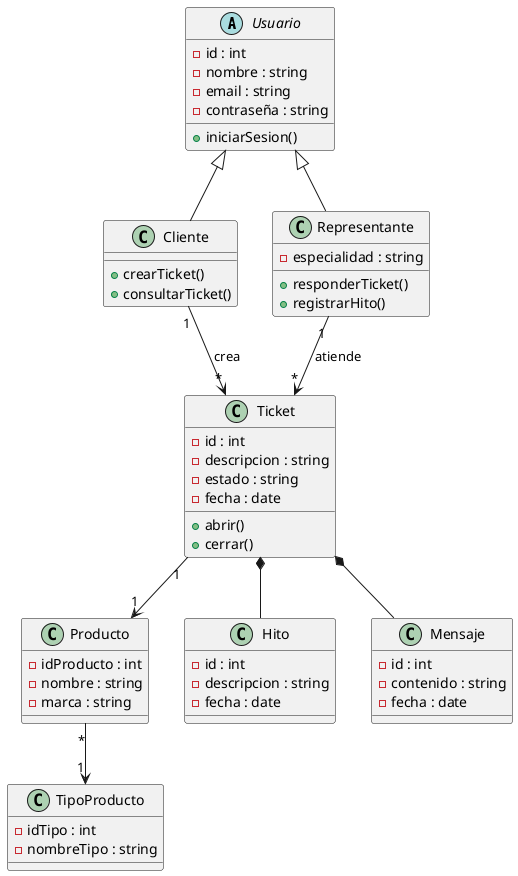
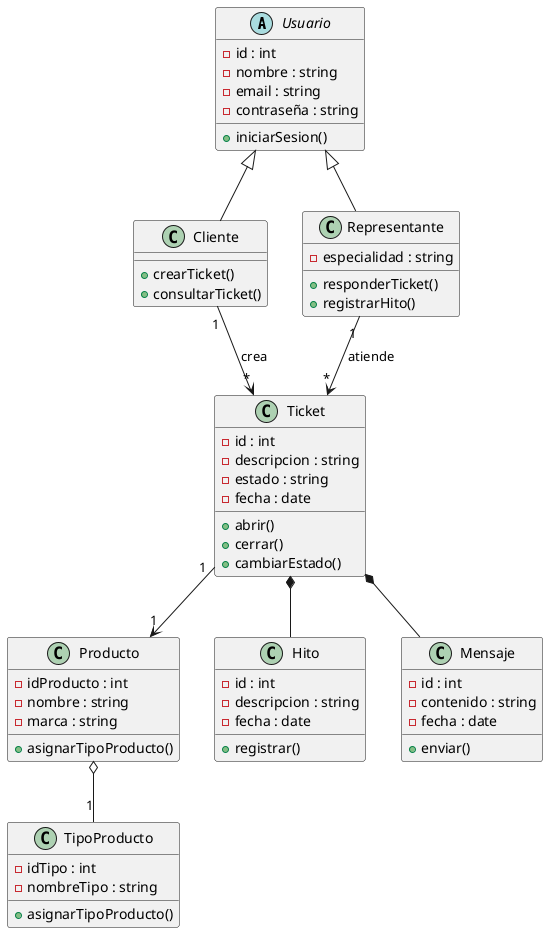
@startuml

abstract class Usuario {
    - id : int
    - nombre : string
    - email : string
    - contraseña : string
    + iniciarSesion()
}

class Cliente {
    + crearTicket()
    + consultarTicket()
}

class Representante {
    - especialidad : string
    + responderTicket()
    + registrarHito()
}

class Ticket {
    - id : int
    - descripcion : string
    - estado : string
    - fecha : date
    + abrir()
    + cerrar()
+     + cambiarEstado()
}

class Producto {
    - idProducto : int
    - nombre : string
    - marca : string
+     + asignarTipoProducto()
}

class TipoProducto {
    - idTipo : int
    - nombreTipo : string
+     + asignarTipoProducto()
}

class Hito {
    - id : int
    - descripcion : string
    - fecha : date
+     + registrar()
}

class Mensaje {
    - id : int
    - contenido : string
    - fecha : date
+     + enviar()
}

Usuario <|-- Cliente
Usuario <|-- Representante

Cliente "1" --> "*" Ticket : crea
Representante "1" --> "*" Ticket : atiende

Ticket "1" --> "1" Producto
- Producto "*" --> "1" TipoProducto
+ Producto o-- "1" TipoProducto

Ticket *-- Hito
Ticket *-- Mensaje

@enduml